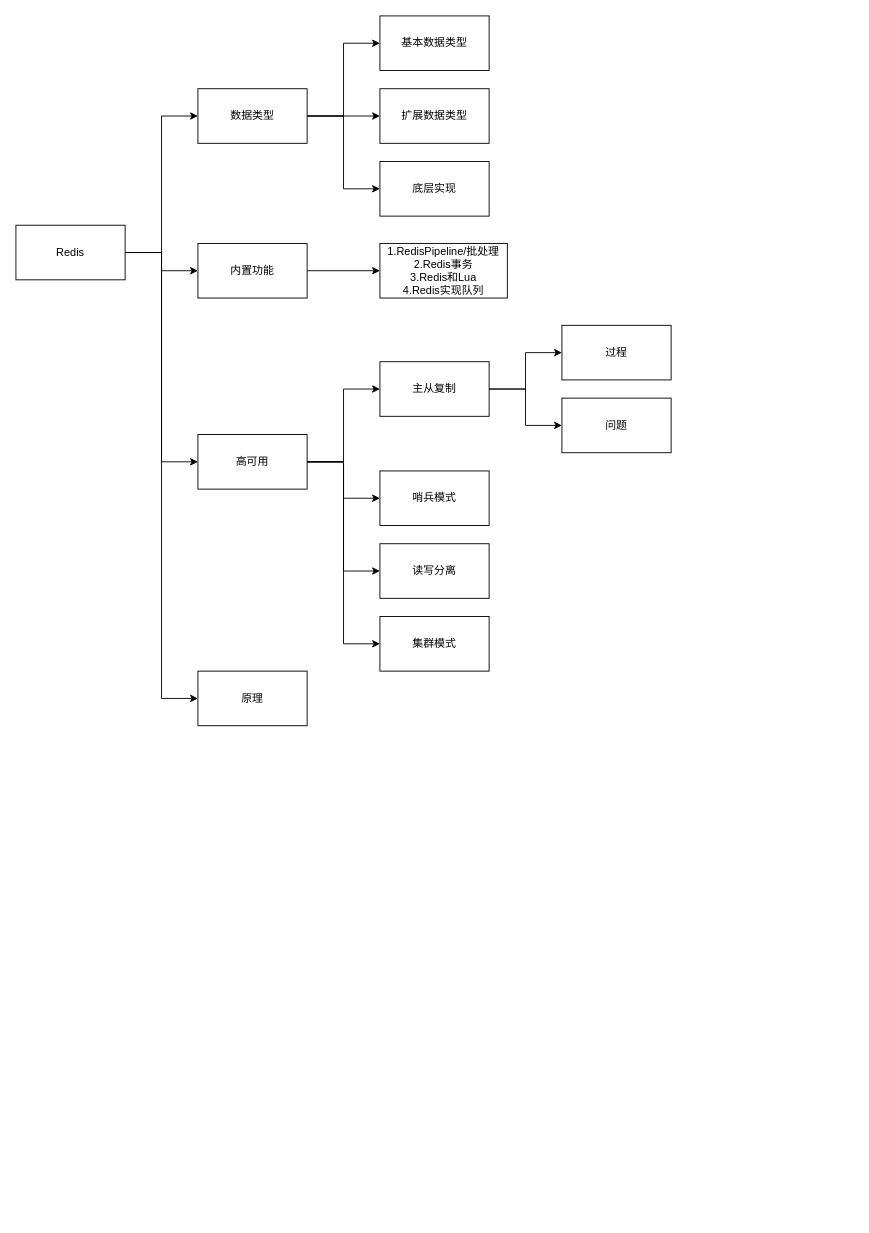
This is images/draw/Redis.drawio from wt1814/wt1814.github.io, a draw.io file, before an edit. Source tidied: cells renumbered, new cells numbered last; positions are measured from the earlier drawing's top-left corner, leaving out a move shared by most shapes. Both pictures are drawn from the tidied source at 91%, with x=0, y=0 at pixel (15, 15).
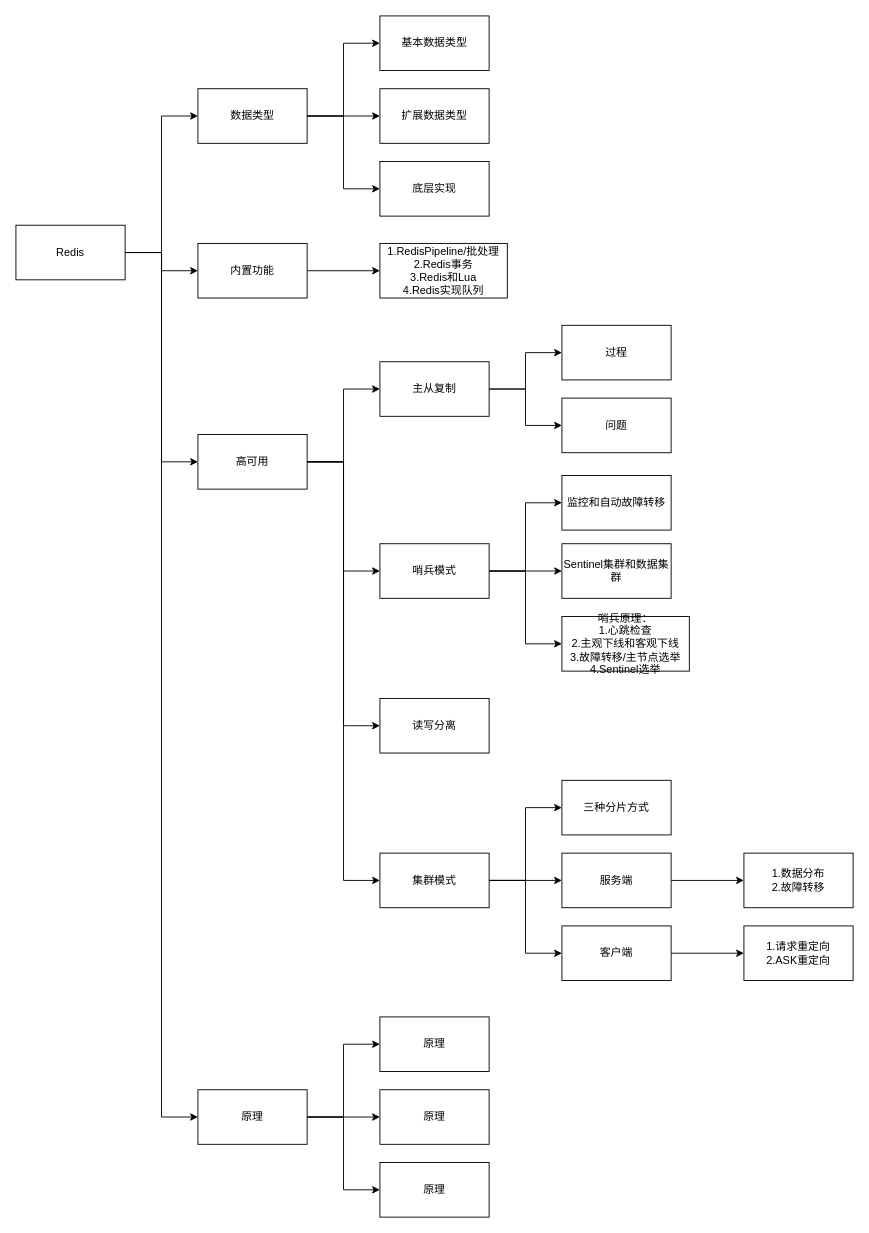
Above is the later version.

Change to the diagram source:
```diff
@@
+    <mxCell id="31" style="edgeStyle=orthogonalEdgeStyle;rounded=0;jettySize=auto;html=1;" parent="1" edge="1" source="11" target="50">
+      <mxGeometry relative="1" as="geometry" />
+    </mxCell>
+    <mxCell id="32" style="edgeStyle=orthogonalEdgeStyle;rounded=0;jettySize=auto;html=1;entryX=0;entryY=0.5;entryDx=0;entryDy=0;" parent="1" edge="1" source="11" target="52">
+      <mxGeometry relative="1" as="geometry" />
+    </mxCell>
+    <mxCell id="33" style="edgeStyle=orthogonalEdgeStyle;rounded=0;jettySize=auto;html=1;entryX=0;entryY=0.5;entryDx=0;entryDy=0;" parent="1" edge="1" source="11" target="51">
+      <mxGeometry relative="1" as="geometry" />
+    </mxCell>
     <mxCell id="11" value="原理" style="rounded=0;whiteSpace=wrap;html=1;" parent="1" vertex="1">
-      <mxGeometry x="200" y="720" width="120" height="60" as="geometry" />
+      <mxGeometry x="200" y="1180" width="120" height="60" as="geometry" />
     </mxCell>
@@
+    <mxCell id="34" style="edgeStyle=orthogonalEdgeStyle;rounded=0;jettySize=auto;html=1;entryX=0;entryY=0.5;entryDx=0;entryDy=0;" parent="1" edge="1" source="23" target="43">
+      <mxGeometry relative="1" as="geometry" />
+    </mxCell>
+    <mxCell id="35" style="edgeStyle=orthogonalEdgeStyle;rounded=0;jettySize=auto;html=1;" parent="1" edge="1" source="23" target="45">
+      <mxGeometry relative="1" as="geometry" />
+    </mxCell>
+    <mxCell id="36" style="edgeStyle=orthogonalEdgeStyle;rounded=0;jettySize=auto;html=1;entryX=0;entryY=0.5;entryDx=0;entryDy=0;" parent="1" edge="1" source="23" target="47">
+      <mxGeometry relative="1" as="geometry" />
+    </mxCell>
     <mxCell id="23" value="集群模式" style="rounded=0;whiteSpace=wrap;html=1;" parent="1" vertex="1">
-      <mxGeometry x="400" y="660" width="120" height="60" as="geometry" />
+      <mxGeometry x="400" y="920" width="120" height="60" as="geometry" />
     </mxCell>
     <mxCell id="24" value="读写分离" style="rounded=0;whiteSpace=wrap;html=1;" parent="1" vertex="1">
-      <mxGeometry x="400" y="580" width="120" height="60" as="geometry" />
+      <mxGeometry x="400" y="750" width="120" height="60" as="geometry" />
     </mxCell>
+    <mxCell id="37" style="edgeStyle=orthogonalEdgeStyle;rounded=0;jettySize=auto;html=1;entryX=0;entryY=0.5;entryDx=0;entryDy=0;" parent="1" edge="1" source="25" target="40">
+      <mxGeometry relative="1" as="geometry" />
+    </mxCell>
+    <mxCell id="38" style="edgeStyle=orthogonalEdgeStyle;rounded=0;jettySize=auto;html=1;" parent="1" edge="1" source="25" target="42">
+      <mxGeometry relative="1" as="geometry" />
+    </mxCell>
+    <mxCell id="39" style="edgeStyle=orthogonalEdgeStyle;rounded=0;jettySize=auto;html=1;entryX=0;entryY=0.5;entryDx=0;entryDy=0;" parent="1" edge="1" source="25" target="41">
+      <mxGeometry relative="1" as="geometry" />
+    </mxCell>
     <mxCell id="25" value="哨兵模式" style="rounded=0;whiteSpace=wrap;html=1;" parent="1" vertex="1">
-      <mxGeometry x="400" y="500" width="120" height="60" as="geometry" />
+      <mxGeometry x="400" y="580" width="120" height="60" as="geometry" />
     </mxCell>
@@
+    <mxCell id="40" value="监控和自动故障转移" style="rounded=0;whiteSpace=wrap;html=1;" parent="1" vertex="1">
+      <mxGeometry x="600" y="505" width="120" height="60" as="geometry" />
+    </mxCell>
+    <mxCell id="41" value="&lt;div&gt;哨兵原理：&lt;/div&gt;&lt;div&gt;1.心跳检查&lt;/div&gt;&lt;div&gt;2.主观下线和客观下线&lt;/div&gt;&lt;div&gt;3.故障转移/主节点选举&lt;/div&gt;&lt;div&gt;4.Sentinel选举&lt;/div&gt;" style="rounded=0;whiteSpace=wrap;html=1;" parent="1" vertex="1">
+      <mxGeometry x="600" y="660" width="140" height="60" as="geometry" />
+    </mxCell>
+    <mxCell id="42" value="Sentinel集群和数据集群" style="rounded=0;whiteSpace=wrap;html=1;" parent="1" vertex="1">
+      <mxGeometry x="600" y="580" width="120" height="60" as="geometry" />
+    </mxCell>
+    <mxCell id="43" value="三种分片方式" style="rounded=0;whiteSpace=wrap;html=1;" parent="1" vertex="1">
+      <mxGeometry x="600" y="840" width="120" height="60" as="geometry" />
+    </mxCell>
+    <mxCell id="44" style="edgeStyle=orthogonalEdgeStyle;rounded=0;jettySize=auto;html=1;" parent="1" edge="1" source="45" target="48">
+      <mxGeometry relative="1" as="geometry" />
+    </mxCell>
+    <mxCell id="45" value="服务端" style="rounded=0;whiteSpace=wrap;html=1;" parent="1" vertex="1">
+      <mxGeometry x="600" y="920" width="120" height="60" as="geometry" />
+    </mxCell>
+    <mxCell id="46" style="edgeStyle=orthogonalEdgeStyle;rounded=0;jettySize=auto;html=1;" parent="1" edge="1" source="47" target="49">
+      <mxGeometry relative="1" as="geometry" />
+    </mxCell>
+    <mxCell id="47" value="客户端" style="rounded=0;whiteSpace=wrap;html=1;" parent="1" vertex="1">
+      <mxGeometry x="600" y="1000" width="120" height="60" as="geometry" />
+    </mxCell>
+    <mxCell id="48" value="&lt;div&gt;1.数据分布&lt;/div&gt;&lt;div&gt;2.故障转移&lt;/div&gt;" style="rounded=0;whiteSpace=wrap;html=1;" parent="1" vertex="1">
+      <mxGeometry x="800" y="920" width="120" height="60" as="geometry" />
+    </mxCell>
+    <mxCell id="49" value="&lt;div&gt;1.请求重定向&lt;/div&gt;&lt;div&gt;2.ASK重定向&lt;/div&gt;" style="rounded=0;whiteSpace=wrap;html=1;" parent="1" vertex="1">
+      <mxGeometry x="800" y="1000" width="120" height="60" as="geometry" />
+    </mxCell>
+    <mxCell id="50" value="原理" style="rounded=0;whiteSpace=wrap;html=1;" parent="1" vertex="1">
+      <mxGeometry x="400" y="1180" width="120" height="60" as="geometry" />
+    </mxCell>
+    <mxCell id="51" value="原理" style="rounded=0;whiteSpace=wrap;html=1;" parent="1" vertex="1">
+      <mxGeometry x="400" y="1260" width="120" height="60" as="geometry" />
+    </mxCell>
+    <mxCell id="52" value="原理" style="rounded=0;whiteSpace=wrap;html=1;" parent="1" vertex="1">
+      <mxGeometry x="400" y="1100" width="120" height="60" as="geometry" />
+    </mxCell>
```
